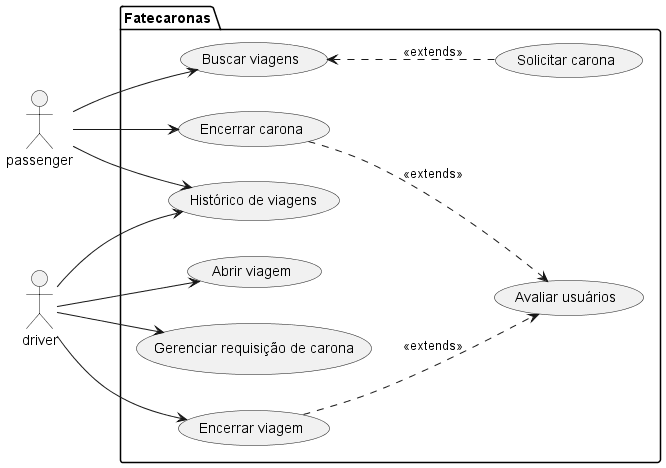
Vinicius0607/ProjetoES2 keeps this PlantUML diagram as out/uses_cases_fatecaronas/Fatecaronas.png. Above is the earlier version.
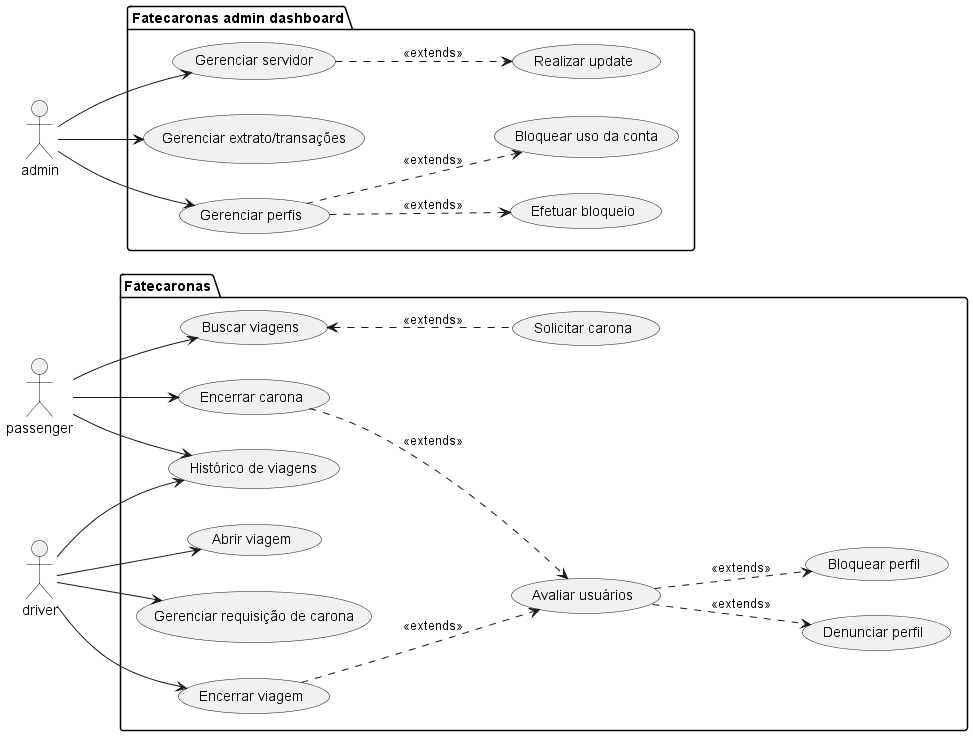
The same file after the commit.

Commit message:
docs: updated use cases

Diff of the diagram source:
```diff
@@ -3,6 +3,7 @@
 
 actor passenger as p
 actor driver as d
+actor admin as a
 
 package "Fatecaronas" {
     usecase "Buscar viagens" as UC1
@@ -13,6 +14,18 @@
     usecase "Abrir viagem" as UC7
     usecase "Gerenciar requisição de carona" as UC8
     usecase "Encerrar viagem" as UC9
+    usecase "Denunciar perfil" as UC10
+    usecase "Bloquear perfil" as UC11
+}
+
+package "Fatecaronas admin dashboard" {
+    usecase "Gerenciar servidor" as UC12
+    usecase "Gerenciar extrato/transações" as UC13
+    usecase "Gerenciar perfis" as UC14
+    usecase "Efetuar bloqueio" as UC15
+    usecase "Bloquear uso da conta" as UC16
+    usecase "Realizar update" as UC17
+
 }
 
 p --> UC1
@@ -21,9 +34,17 @@
 UC1 <.. UC2: <<extends>>
 UC3 ..> UC6: <<extends>>
 UC9 ..> UC6: <<extends>>
+UC6 ..> UC10: <<extends>>
+UC6 ..> UC11: <<extends>>
 d --> UC7
 d --> UC8
 d --> UC9
 d --> UC5
+a --> UC12
+a --> UC13
+a --> UC14
+UC12 ..> UC17: <<extends>>
+UC14 ..> UC15: <<extends>>
+UC14 ..> UC16: <<extends>>
 
 @enduml
```
